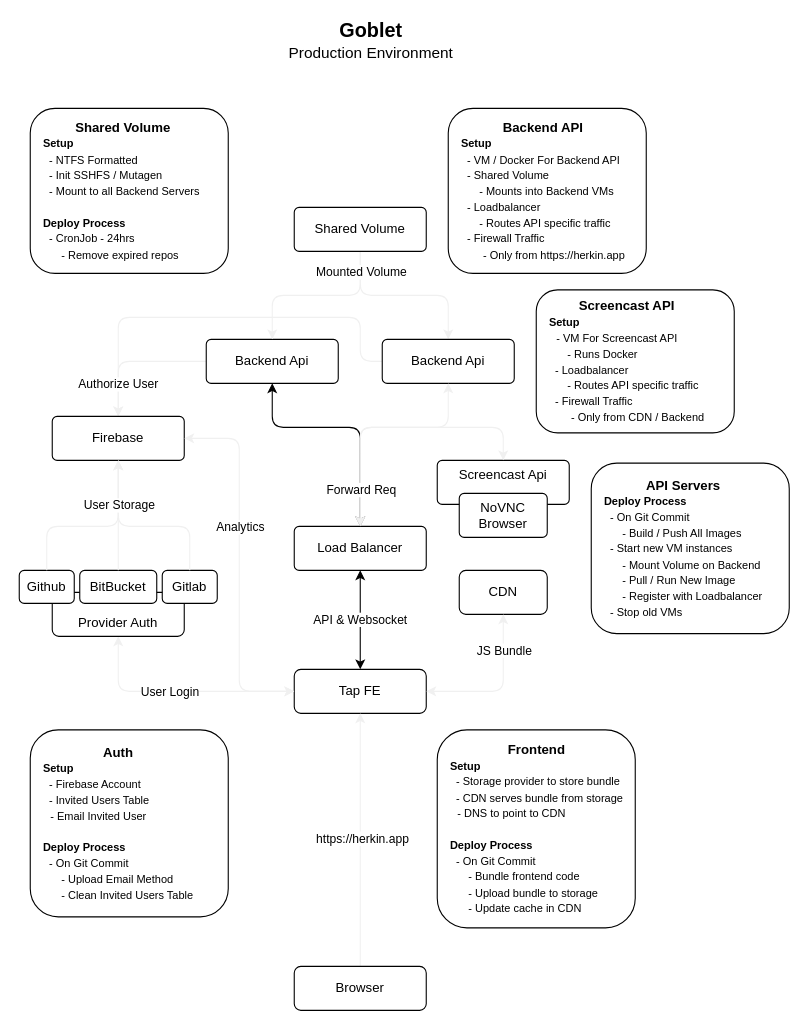
This is docs/architecture/devOps.dio from GobletQA/goblet-core, a draw.io file, before an edit. Source tidied: cells renumbered, new cells numbered last; positions are measured from the earlier drawing's top-left corner, leaving out a move shared by most shapes. Both pictures are drawn from the tidied source at 110%, with x=0, y=0 at pixel (19, 20).
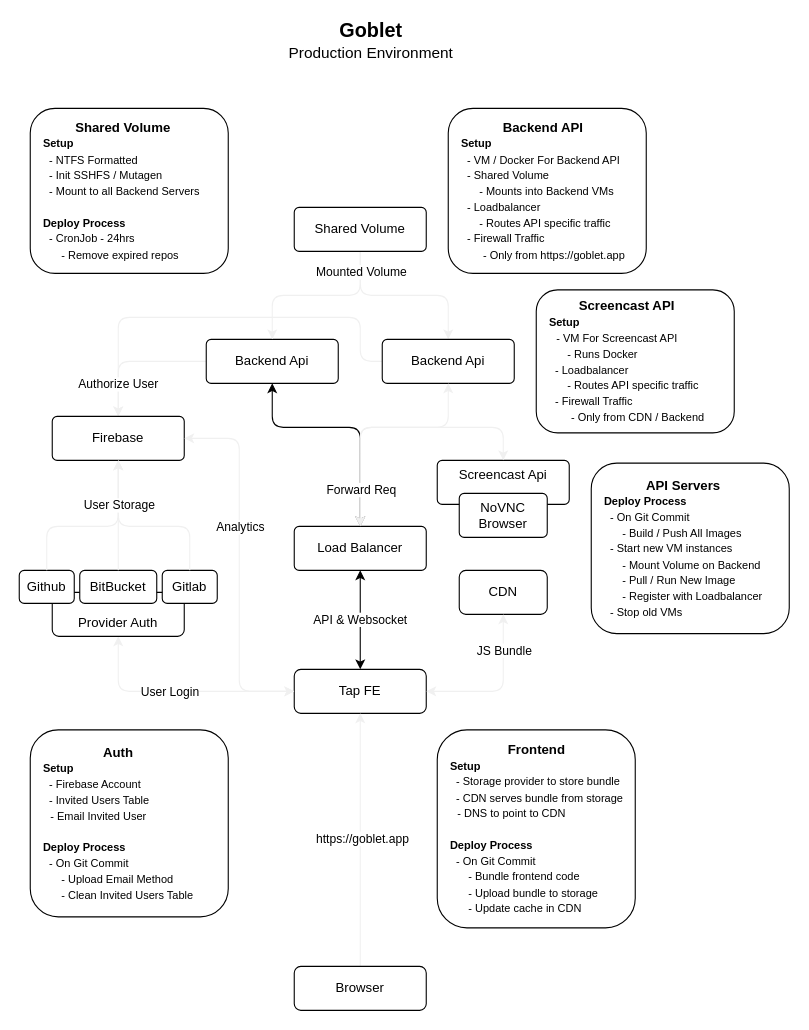
The same diagram, later.

Commit message (it also covers changes not shown here):
chore: migrate herkin to goblet

The change refers to these unchanged cells:
```xml
<mxCell id="19" style="edgeStyle=none;html=1;entryX=0.5;entryY=1;entryDx=0;entryDy=0;strokeColor=#f0f0f0;" parent="1" edge="1" source="21" target="4">
  <mxGeometry relative="1" as="geometry" />
</mxCell>
```

What changed in the source:
```diff
@@
-    <mxCell id="20" value="https://herkin.app" style="edgeLabel;html=1;align=center;verticalAlign=middle;" parent="19" vertex="1">
+    <mxCell id="20" value="https://goblet.app" style="edgeLabel;html=1;align=center;verticalAlign=middle;" parent="19" vertex="1">
       <mxGeometry x="0.02" y="-1" relative="1" as="geometry" />
     </mxCell>
@@
-    <mxCell id="45" value="&lt;div style=&quot;text-align: center&quot;&gt;&lt;b&gt;&lt;font style=&quot;font-size: 12px&quot;&gt;Backend API&lt;/font&gt;&lt;/b&gt;&lt;/div&gt;&lt;font&gt;&lt;b&gt;&lt;font style=&quot;font-size: 10px&quot;&gt;Setup&lt;/font&gt;&lt;br&gt;&lt;/b&gt;&lt;/font&gt;&lt;font style=&quot;font-size: 10px&quot;&gt;&amp;nbsp; - VM / Docker For Backend API&lt;/font&gt;&lt;font style=&quot;font-size: 10px&quot;&gt;&lt;br&gt;&amp;nbsp; - Shared Volume&lt;br&gt;&amp;nbsp; &amp;nbsp; &amp;nbsp; - Mounts into Backend VMs&lt;br&gt;&amp;nbsp; - Loadbalancer&lt;br&gt;&amp;nbsp; &amp;nbsp; &amp;nbsp; - Routes API specific traffic&lt;br&gt;&amp;nbsp; - Firewall Traffic&lt;br&gt;&lt;span style=&quot;font-size: 12px&quot;&gt;&amp;nbsp;&lt;/span&gt;&amp;nbsp; &amp;nbsp; &amp;nbsp; - Only from https://herkin.app&lt;/font&gt;&lt;span style=&quot;font-size: 10px&quot;&gt;&lt;br&gt;&lt;/span&gt;" style="rounded=1;whiteSpace=wrap;html=1;align=left;spacingLeft=10;spacingRight=10;spacingBottom=10;spacingTop=10;" parent="1" vertex="1">
+    <mxCell id="45" value="&lt;div style=&quot;text-align: center&quot;&gt;&lt;b&gt;&lt;font style=&quot;font-size: 12px&quot;&gt;Backend API&lt;/font&gt;&lt;/b&gt;&lt;/div&gt;&lt;font&gt;&lt;b&gt;&lt;font style=&quot;font-size: 10px&quot;&gt;Setup&lt;/font&gt;&lt;br&gt;&lt;/b&gt;&lt;/font&gt;&lt;font style=&quot;font-size: 10px&quot;&gt;&amp;nbsp; - VM / Docker For Backend API&lt;/font&gt;&lt;font style=&quot;font-size: 10px&quot;&gt;&lt;br&gt;&amp;nbsp; - Shared Volume&lt;br&gt;&amp;nbsp; &amp;nbsp; &amp;nbsp; - Mounts into Backend VMs&lt;br&gt;&amp;nbsp; - Loadbalancer&lt;br&gt;&amp;nbsp; &amp;nbsp; &amp;nbsp; - Routes API specific traffic&lt;br&gt;&amp;nbsp; - Firewall Traffic&lt;br&gt;&lt;span style=&quot;font-size: 12px&quot;&gt;&amp;nbsp;&lt;/span&gt;&amp;nbsp; &amp;nbsp; &amp;nbsp; - Only from https://goblet.app&lt;/font&gt;&lt;span style=&quot;font-size: 10px&quot;&gt;&lt;br&gt;&lt;/span&gt;" style="rounded=1;whiteSpace=wrap;html=1;align=left;spacingLeft=10;spacingRight=10;spacingBottom=10;spacingTop=10;" parent="1" vertex="1">
       <mxGeometry x="390" y="80" width="180" height="150" as="geometry" />
     </mxCell>
```
